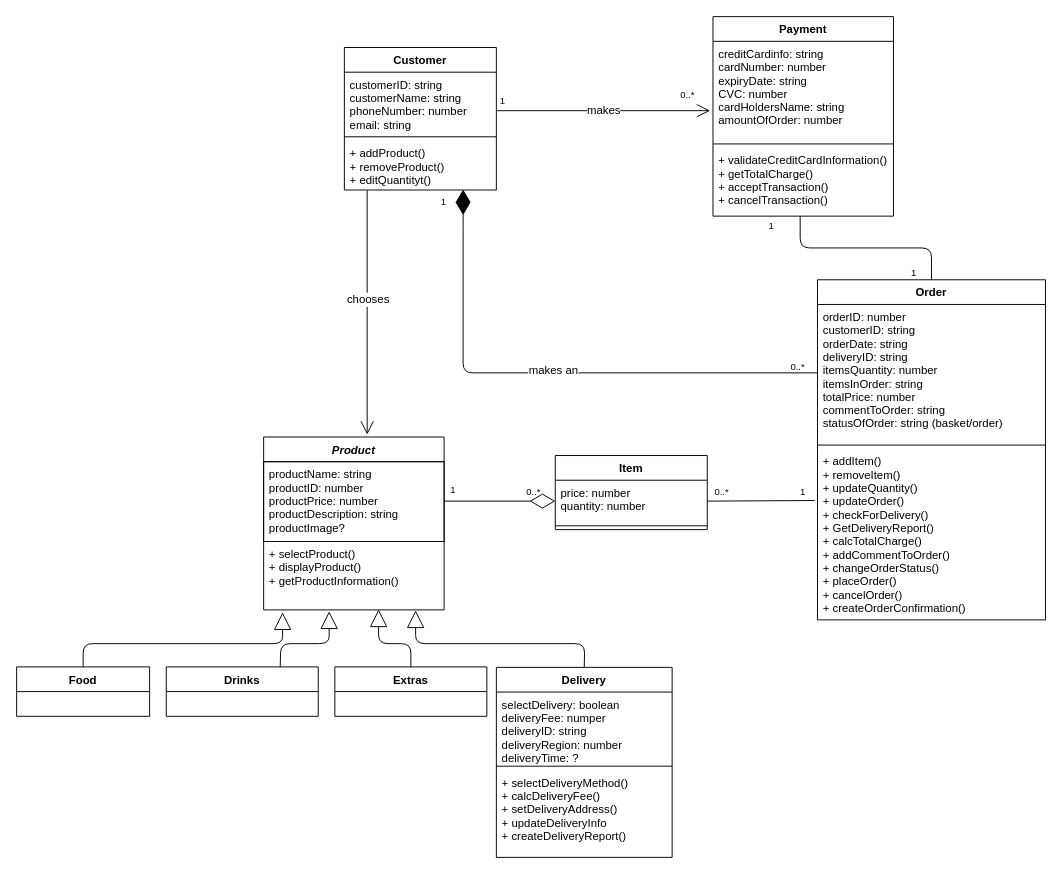
akpe19ab/Sloth-Systems keeps this draw.io diagram as Untitled Diagram.drawio. Above is the earlier version. Source tidied: cells renumbered, new cells numbered last; positions are measured from the earlier drawing's top-left corner, leaving out a move shared by most shapes. Both pictures are drawn from the tidied source at 95%, with x=0, y=0 at pixel (16, 16).
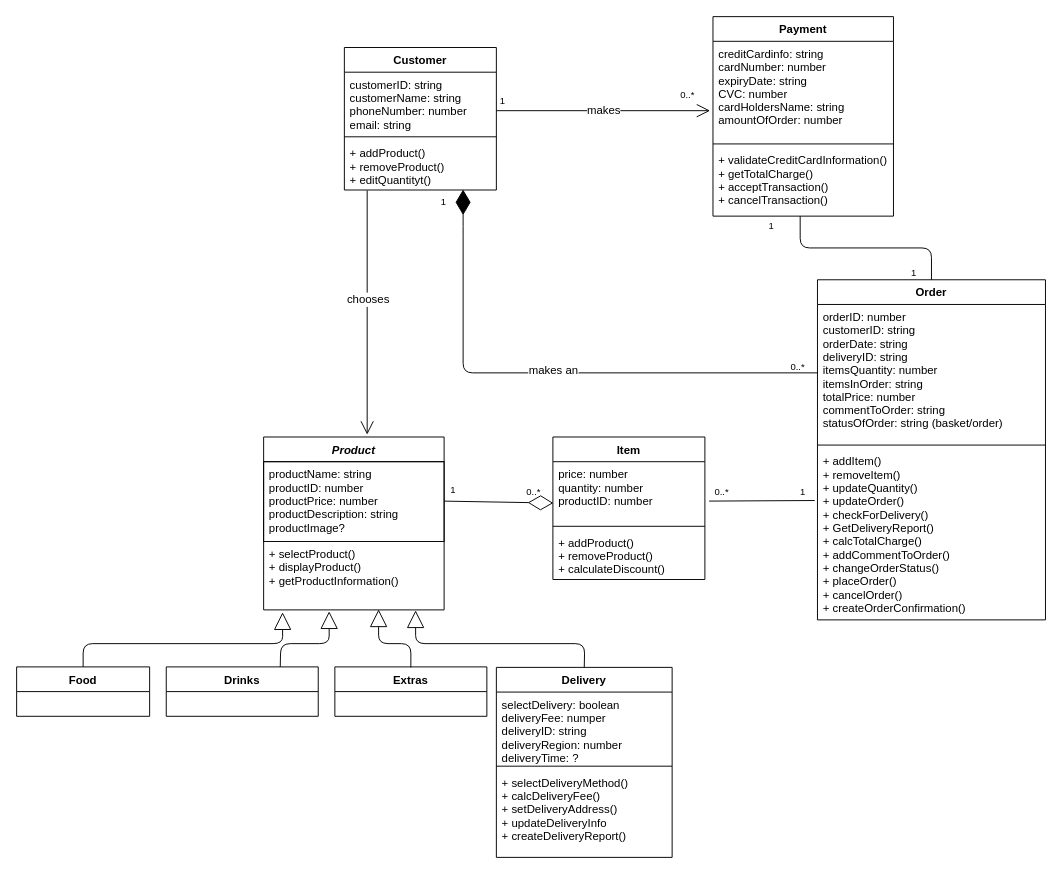
The same page after the edit.

The change refers to these unchanged cells:
```xml
<mxCell id="20" value="+ addItem()&#10;+ removeItem()&#10;+ updateQuantity()&#10;+ updateOrder()&#10;+ checkForDelivery()&#10;+ GetDeliveryReport()&#10;+ calcTotalCharge()&#10;+ addCommentToOrder()&#10;+ changeOrderStatus()&#10;+ placeOrder()&#10;+ cancelOrder()&#10;+ createOrderConfirmation()" style="text;strokeColor=none;fillColor=none;align=left;verticalAlign=top;spacingLeft=4;spacingRight=4;overflow=hidden;points=[[0,0.5],[1,0.5]];portConstraint=eastwest;" parent="17" vertex="1">
  <mxGeometry y="178" width="240" height="180" as="geometry" />
</mxCell>
```

Diff of the diagram source:
```diff
@@
-    <mxCell id="39" value="Item" style="swimlane;fontStyle=1;align=center;verticalAlign=top;horizontal=1;startSize=26;" parent="1" vertex="1">
-      <mxGeometry x="567" y="462" width="160" height="78" as="geometry" />
-    </mxCell>
-    <mxCell id="40" value="price: number&#10;quantity: number" style="text;strokeColor=none;fillColor=none;align=left;verticalAlign=top;spacingLeft=4;spacingRight=4;overflow=hidden;points=[[0,0.5],[1,0.5]];portConstraint=eastwest;" parent="39" vertex="1">
-      <mxGeometry y="26" width="160" height="44" as="geometry" />
-    </mxCell>
-    <mxCell id="41" style="line;strokeWidth=1;fillColor=none;align=left;verticalAlign=middle;spacingTop=-1;spacingLeft=3;spacingRight=3;labelPosition=right;" parent="39" vertex="1">
-      <mxGeometry y="70" width="160" height="8" as="geometry" />
-    </mxCell>
-    <mxCell id="42" style="endArrow=none;html=1;exitX=1;exitY=0.5;exitDx=0;exitDy=0;entryX=-0.012;entryY=0.302;entryDx=0;entryDy=0;entryPerimeter=0;" parent="1" edge="1" source="40" target="20">
+    <mxCell id="42" style="endArrow=none;html=1;entryX=-0.012;entryY=0.302;entryDx=0;entryDy=0;entryPerimeter=0;exitX=1.028;exitY=0.648;exitDx=0;exitDy=0;exitPerimeter=0;" parent="1" edge="1" source="53" target="20">
       <mxGeometry relative="1" as="geometry" />
     </mxCell>
@@
-    <mxCell id="50" style="endArrow=diamondThin;endFill=0;endSize=24;html=1;entryX=0;entryY=0.5;entryDx=0;entryDy=0;" parent="1" edge="1" target="40">
+    <mxCell id="50" style="endArrow=diamondThin;endFill=0;endSize=24;html=1;entryX=0.003;entryY=0.68;entryDx=0;entryDy=0;entryPerimeter=0;" parent="1" edge="1" target="53">
       <mxGeometry relative="1" as="geometry">
         <mxPoint x="450" y="510" as="sourcePoint" />
       </mxGeometry>
     </mxCell>
@@
+    <mxCell id="39" value="Item" style="swimlane;fontStyle=1;align=center;verticalAlign=top;horizontal=1;startSize=26;" parent="1" vertex="1">
+      <mxGeometry x="564.5" y="442.5" width="160" height="150" as="geometry" />
+    </mxCell>
+    <mxCell id="53" value="price: number&#10;quantity: number&#10;productID: number" style="text;strokeColor=none;fillColor=none;align=left;verticalAlign=top;spacingLeft=4;spacingRight=4;overflow=hidden;points=[[0,0.5],[1,0.5]];portConstraint=eastwest;" parent="39" vertex="1">
+      <mxGeometry y="26" width="160" height="64" as="geometry" />
+    </mxCell>
+    <mxCell id="54" style="line;strokeWidth=1;fillColor=none;align=left;verticalAlign=middle;spacingTop=-1;spacingLeft=3;spacingRight=3;labelPosition=right;" parent="39" vertex="1">
+      <mxGeometry y="90" width="160" height="8" as="geometry" />
+    </mxCell>
+    <mxCell id="55" value="+ addProduct()&#10;+ removeProduct()&#10;+ calculateDiscount()" style="text;strokeColor=none;fillColor=none;align=left;verticalAlign=top;spacingLeft=4;spacingRight=4;overflow=hidden;" parent="39" vertex="1">
+      <mxGeometry y="98" width="160" height="52" as="geometry" />
+    </mxCell>
```
